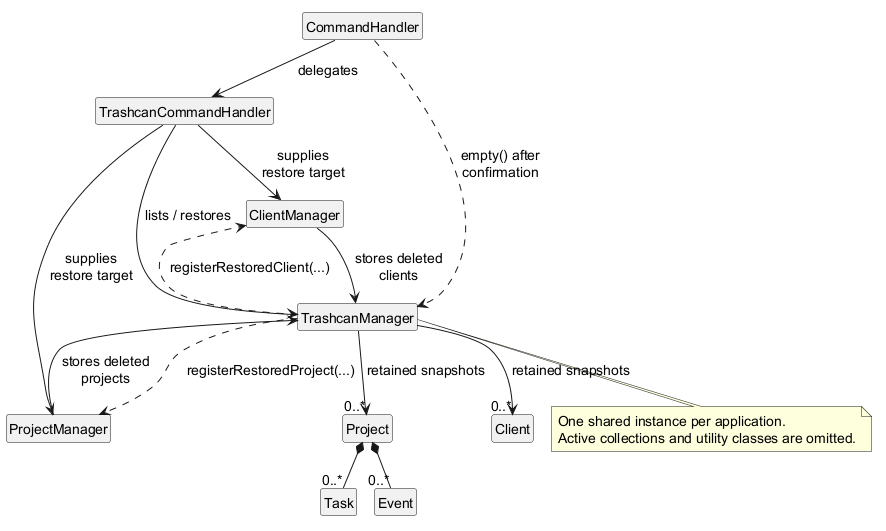
This is docs/images/DeletionRecoveryClassDiagram.png from AY2627S1-CS2113-T10-3/tp, a PlantUML export, as it was before one commit.
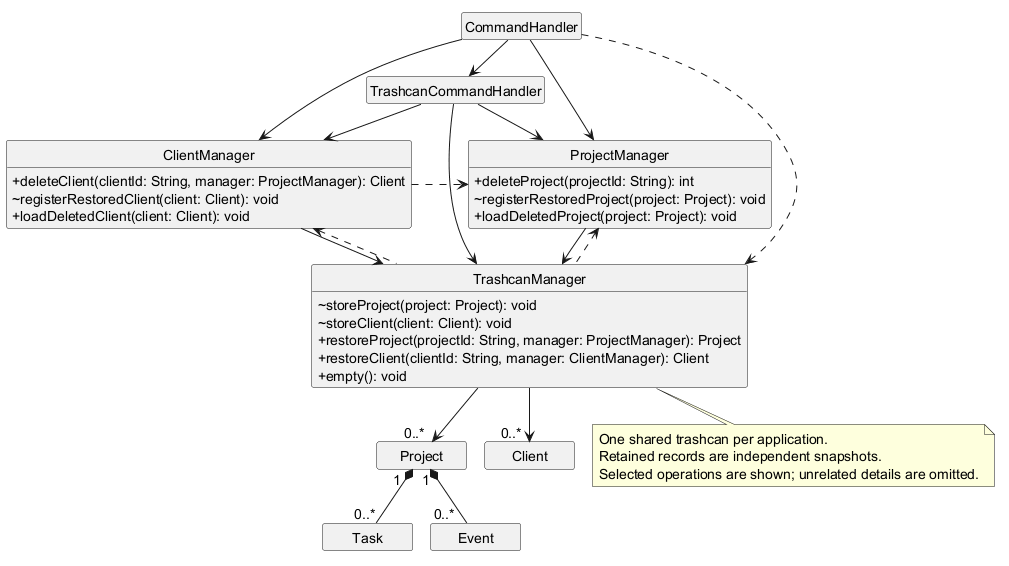
Above is the later version.

Change to the diagram source:
```diff
@@ -4,34 +4,60 @@
 hide empty members
 skinparam defaultFontSize 14
 skinparam classAttributeIconSize 0
+skinparam nodesep 40
+skinparam ranksep 45
+skinparam minClassWidth 90
 
 class CommandHandler
 class TrashcanCommandHandler
-class ClientManager
-class ProjectManager
-class TrashcanManager
+
+class ClientManager {
+  +deleteClient(clientId: String, manager: ProjectManager): Client
+  ~registerRestoredClient(client: Client): void
+  +loadDeletedClient(client: Client): void
+}
+
+class ProjectManager {
+  +deleteProject(projectId: String): int
+  ~registerRestoredProject(project: Project): void
+  +loadDeletedProject(project: Project): void
+}
+
+class TrashcanManager {
+  ~storeProject(project: Project): void
+  ~storeClient(client: Client): void
+  +restoreProject(projectId: String, manager: ProjectManager): Project
+  +restoreClient(clientId: String, manager: ClientManager): Client
+  +empty(): void
+}
+
 class Project
 class Client
 class Task
 class Event
 
-CommandHandler --> TrashcanCommandHandler : delegates
-CommandHandler ..> TrashcanManager : empty() after\nconfirmation
-TrashcanCommandHandler --> TrashcanManager : lists / restores
-TrashcanCommandHandler --> ProjectManager : supplies\nrestore target
-TrashcanCommandHandler --> ClientManager : supplies\nrestore target
-ClientManager --> TrashcanManager : stores deleted\nclients
-ProjectManager --> TrashcanManager : stores deleted\nprojects
-TrashcanManager ..> ProjectManager : registerRestoredProject(...)
-TrashcanManager ..> ClientManager : registerRestoredClient(...)
+CommandHandler -down-> TrashcanCommandHandler
+CommandHandler -down-> ProjectManager
+CommandHandler -down-> ClientManager
+CommandHandler ..> TrashcanManager
+TrashcanCommandHandler -down-> TrashcanManager
+TrashcanCommandHandler -down-> ProjectManager
+TrashcanCommandHandler -down-> ClientManager
+ClientManager -down-> TrashcanManager
+ClientManager .right.> ProjectManager
+ProjectManager -down-> TrashcanManager
+TrashcanManager .up.> ProjectManager
+TrashcanManager .up.> ClientManager
 
-TrashcanManager --> "0..*" Project : retained snapshots
-TrashcanManager --> "0..*" Client : retained snapshots
-Project *-- "0..*" Task
-Project *-- "0..*" Event
+TrashcanManager -down-> "0..*  " Project
+TrashcanManager -down-> "0..*  " Client
+Project "1   " *-down- "0..*" Task
+Project "1" *-down- "0..*   " Event
 
 note bottom of TrashcanManager
-  One shared instance per application.
-  Active collections and utility classes are omitted.
+  One shared trashcan per application.
+  Retained records are independent snapshots.
+  Selected operations are shown; unrelated details are omitted.
 end note
+
 @enduml
```
